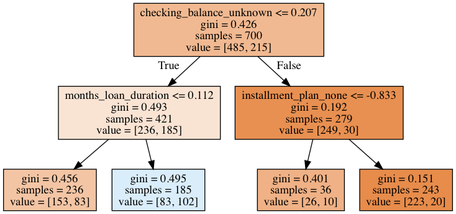
This is demos/tree.png from abulbasar/machine-learning, a Graphviz export, as it was before one commit. Its source is kept beside it as demos/tree.dot.
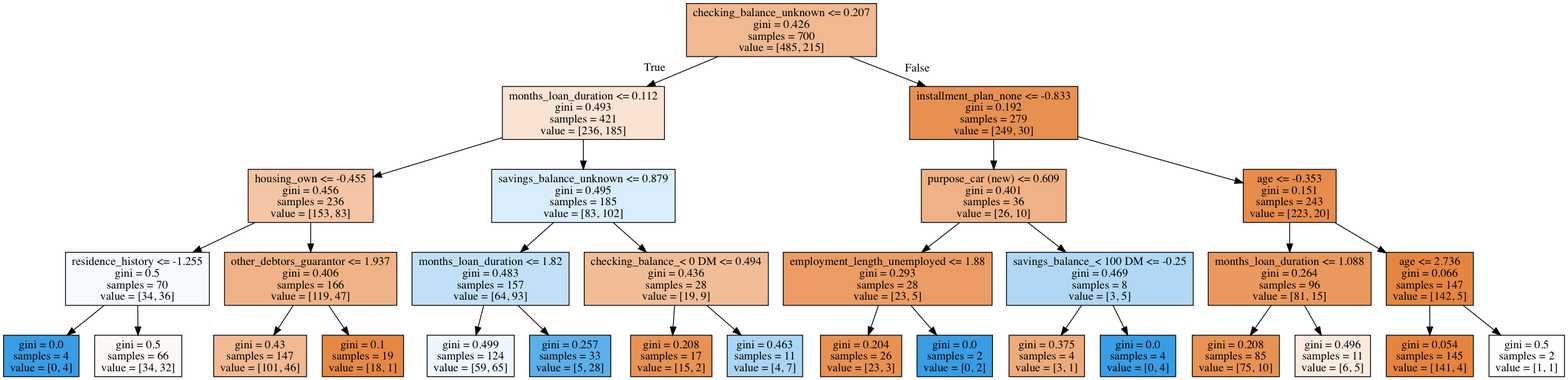
After the change.

What changed in the source:
```diff
@@ -3,14 +3,62 @@
 0 [label="checking_balance_unknown <= 0.207\ngini = 0.426\nsamples = 700\nvalue = [485, 215]", fillcolor="#e581398e"] ;
 1 [label="months_loan_duration <= 0.112\ngini = 0.493\nsamples = 421\nvalue = [236, 185]", fillcolor="#e5813937"] ;
 0 -> 1 [labeldistance=2.5, labelangle=45, headlabel="True"] ;
-2 [label="gini = 0.456\nsamples = 236\nvalue = [153, 83]", fillcolor="#e5813975"] ;
+2 [label="housing_own <= -0.455\ngini = 0.456\nsamples = 236\nvalue = [153, 83]", fillcolor="#e5813975"] ;
 1 -> 2 ;
-3 [label="gini = 0.495\nsamples = 185\nvalue = [83, 102]", fillcolor="#399de530"] ;
-1 -> 3 ;
-4 [label="installment_plan_none <= -0.833\ngini = 0.192\nsamples = 279\nvalue = [249, 30]", fillcolor="#e58139e0"] ;
-0 -> 4 [labeldistance=2.5, labelangle=-45, headlabel="False"] ;
-5 [label="gini = 0.401\nsamples = 36\nvalue = [26, 10]", fillcolor="#e581399d"] ;
-4 -> 5 ;
-6 [label="gini = 0.151\nsamples = 243\nvalue = [223, 20]", fillcolor="#e58139e8"] ;
-4 -> 6 ;
+3 [label="residence_history <= -1.255\ngini = 0.5\nsamples = 70\nvalue = [34, 36]", fillcolor="#399de50e"] ;
+2 -> 3 ;
+4 [label="gini = 0.0\nsamples = 4\nvalue = [0, 4]", fillcolor="#399de5ff"] ;
+3 -> 4 ;
+5 [label="gini = 0.5\nsamples = 66\nvalue = [34, 32]", fillcolor="#e581390f"] ;
+3 -> 5 ;
+6 [label="other_debtors_guarantor <= 1.937\ngini = 0.406\nsamples = 166\nvalue = [119, 47]", fillcolor="#e581399a"] ;
+2 -> 6 ;
+7 [label="gini = 0.43\nsamples = 147\nvalue = [101, 46]", fillcolor="#e581398b"] ;
+6 -> 7 ;
+8 [label="gini = 0.1\nsamples = 19\nvalue = [18, 1]", fillcolor="#e58139f1"] ;
+6 -> 8 ;
+9 [label="savings_balance_unknown <= 0.879\ngini = 0.495\nsamples = 185\nvalue = [83, 102]", fillcolor="#399de530"] ;
+1 -> 9 ;
+10 [label="months_loan_duration <= 1.82\ngini = 0.483\nsamples = 157\nvalue = [64, 93]", fillcolor="#399de550"] ;
+9 -> 10 ;
+11 [label="gini = 0.499\nsamples = 124\nvalue = [59, 65]", fillcolor="#399de518"] ;
+10 -> 11 ;
+12 [label="gini = 0.257\nsamples = 33\nvalue = [5, 28]", fillcolor="#399de5d1"] ;
+10 -> 12 ;
+13 [label="checking_balance_< 0 DM <= 0.494\ngini = 0.436\nsamples = 28\nvalue = [19, 9]", fillcolor="#e5813986"] ;
+9 -> 13 ;
+14 [label="gini = 0.208\nsamples = 17\nvalue = [15, 2]", fillcolor="#e58139dd"] ;
+13 -> 14 ;
+15 [label="gini = 0.463\nsamples = 11\nvalue = [4, 7]", fillcolor="#399de56d"] ;
+13 -> 15 ;
+16 [label="installment_plan_none <= -0.833\ngini = 0.192\nsamples = 279\nvalue = [249, 30]", fillcolor="#e58139e0"] ;
+0 -> 16 [labeldistance=2.5, labelangle=-45, headlabel="False"] ;
+17 [label="purpose_car (new) <= 0.609\ngini = 0.401\nsamples = 36\nvalue = [26, 10]", fillcolor="#e581399d"] ;
+16 -> 17 ;
+18 [label="employment_length_unemployed <= 1.88\ngini = 0.293\nsamples = 28\nvalue = [23, 5]", fillcolor="#e58139c8"] ;
+17 -> 18 ;
+19 [label="gini = 0.204\nsamples = 26\nvalue = [23, 3]", fillcolor="#e58139de"] ;
+18 -> 19 ;
+20 [label="gini = 0.0\nsamples = 2\nvalue = [0, 2]", fillcolor="#399de5ff"] ;
+18 -> 20 ;
+21 [label="savings_balance_< 100 DM <= -0.25\ngini = 0.469\nsamples = 8\nvalue = [3, 5]", fillcolor="#399de566"] ;
+17 -> 21 ;
+22 [label="gini = 0.375\nsamples = 4\nvalue = [3, 1]", fillcolor="#e58139aa"] ;
+21 -> 22 ;
+23 [label="gini = 0.0\nsamples = 4\nvalue = [0, 4]", fillcolor="#399de5ff"] ;
+21 -> 23 ;
+24 [label="age <= -0.353\ngini = 0.151\nsamples = 243\nvalue = [223, 20]", fillcolor="#e58139e8"] ;
+16 -> 24 ;
+25 [label="months_loan_duration <= 1.088\ngini = 0.264\nsamples = 96\nvalue = [81, 15]", fillcolor="#e58139d0"] ;
+24 -> 25 ;
+26 [label="gini = 0.208\nsamples = 85\nvalue = [75, 10]", fillcolor="#e58139dd"] ;
+25 -> 26 ;
+27 [label="gini = 0.496\nsamples = 11\nvalue = [6, 5]", fillcolor="#e581392a"] ;
+25 -> 27 ;
+28 [label="age <= 2.736\ngini = 0.066\nsamples = 147\nvalue = [142, 5]", fillcolor="#e58139f6"] ;
+24 -> 28 ;
+29 [label="gini = 0.054\nsamples = 145\nvalue = [141, 4]", fillcolor="#e58139f8"] ;
+28 -> 29 ;
+30 [label="gini = 0.5\nsamples = 2\nvalue = [1, 1]", fillcolor="#e5813900"] ;
+28 -> 30 ;
 }
```
